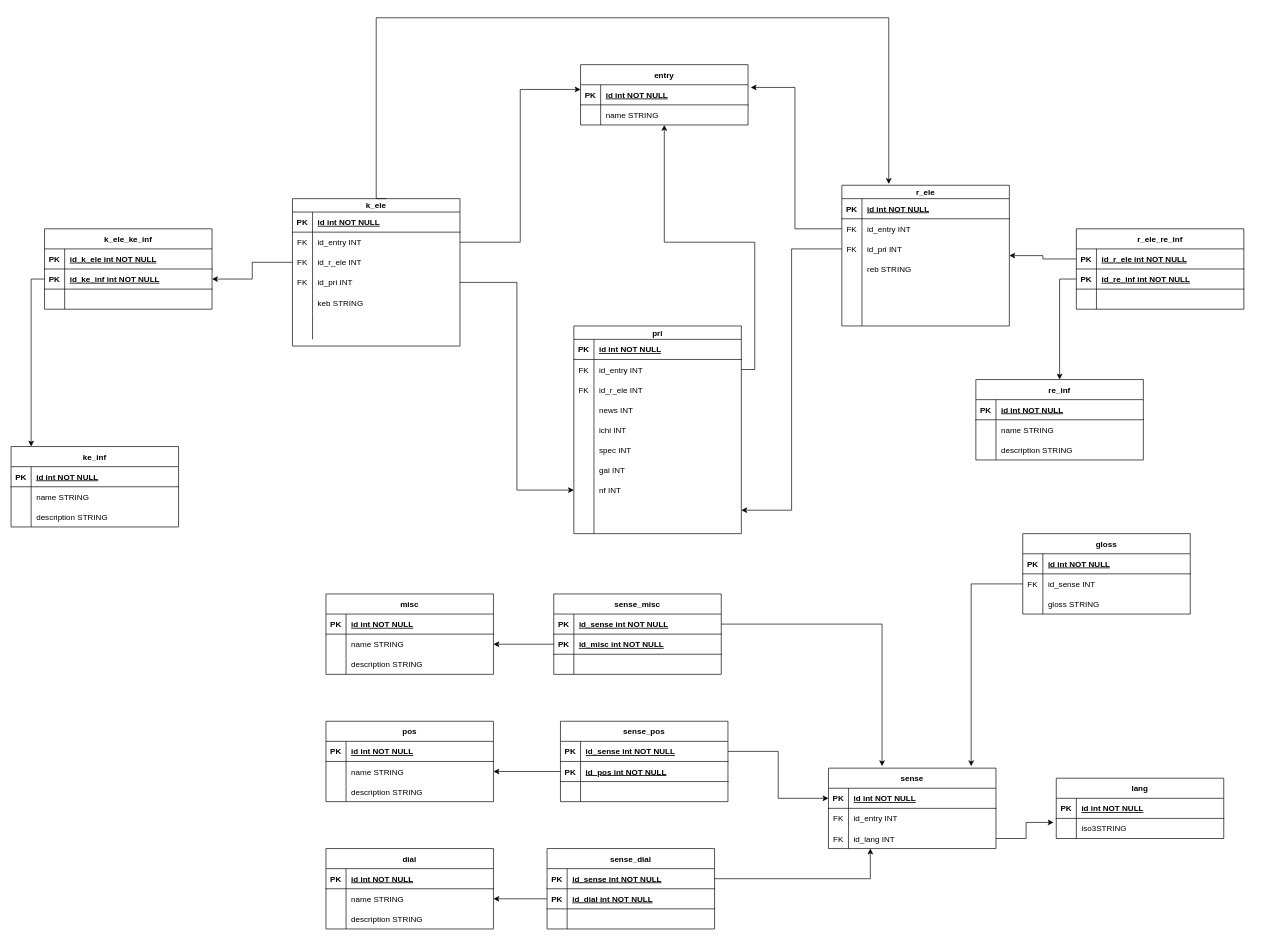
odrevet/edict_database keeps this draw.io diagram as doc/ER_expression.drawio. Above is the earlier version. Source tidied: cells renumbered, new cells numbered last; positions are measured from the earlier drawing's top-left corner, leaving out a move shared by most shapes. Both pictures are drawn from the tidied source at 67%, with x=0, y=0 at pixel (11, 17).
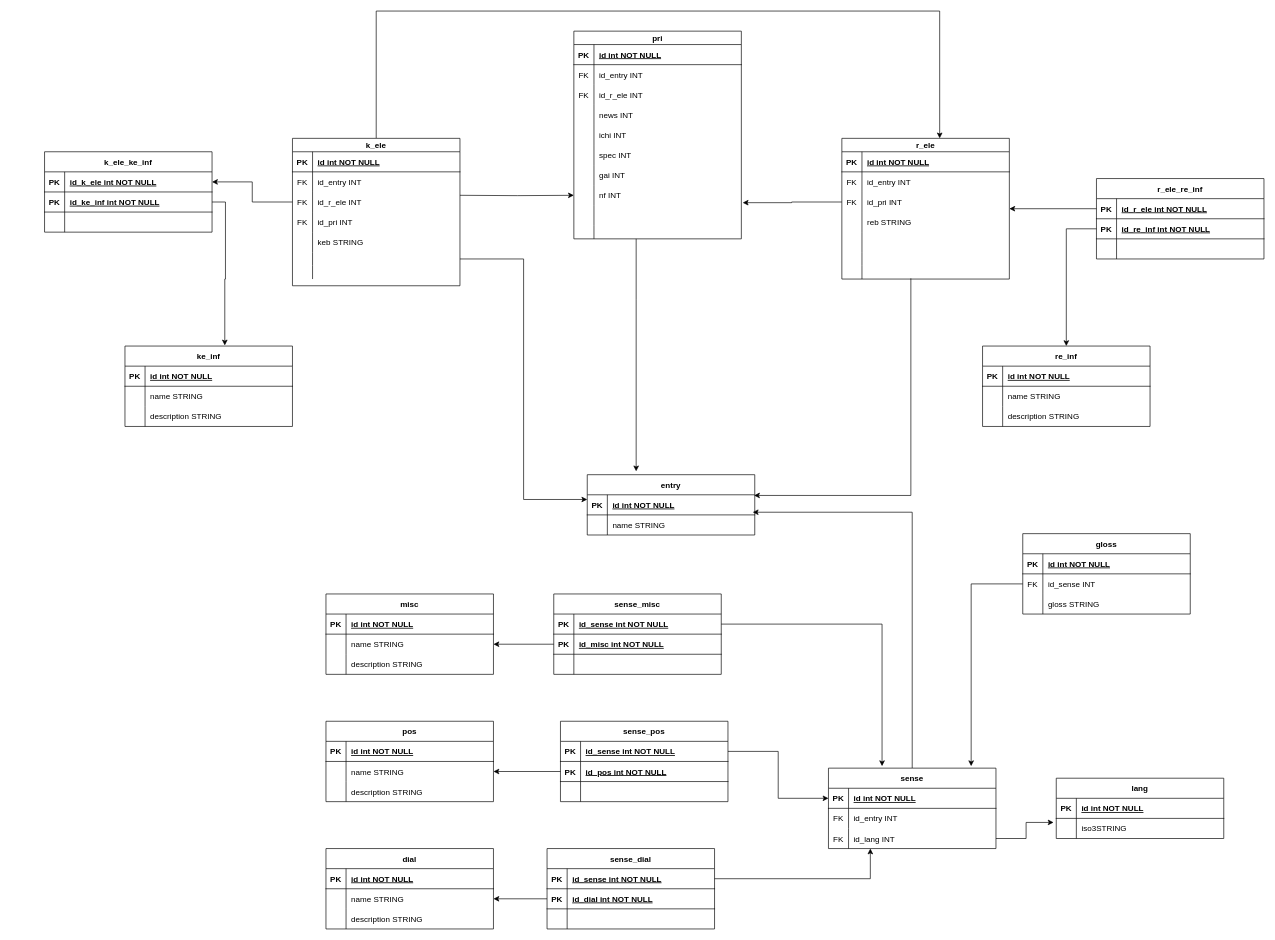
After the change.

The change refers to these unchanged cells:
```xml
<mxCell id="13" style="shape=partialRectangle;fillColor=none;points=[[0,0.5],[1,0.5]];portConstraint=eastwest;top=0;left=0;right=0;bottom=1;" parent="12" vertex="1">
  <mxGeometry y="30" width="250" height="30" as="geometry" />
</mxCell>
<mxCell id="16" style="shape=partialRectangle;fillColor=none;points=[[0,0.5],[1,0.5]];portConstraint=eastwest;top=0;left=0;right=0;bottom=0;" parent="12" vertex="1">
  <mxGeometry y="60" width="250" height="30" as="geometry" />
</mxCell>
<mxCell id="33" style="shape=partialRectangle;fillColor=none;points=[[0,0.5],[1,0.5]];portConstraint=eastwest;top=0;left=0;right=0;bottom=0;" parent="29" vertex="1">
  <mxGeometry y="50" width="250" height="30" as="geometry" />
</mxCell>
<mxCell id="36" style="shape=partialRectangle;fillColor=none;points=[[0,0.5],[1,0.5]];portConstraint=eastwest;top=0;left=0;right=0;bottom=0;" parent="29" vertex="1">
  <mxGeometry y="80" width="250" height="30" as="geometry" />
</mxCell>
<mxCell id="39" style="shape=partialRectangle;fillColor=none;points=[[0,0.5],[1,0.5]];portConstraint=eastwest;top=0;left=0;right=0;bottom=0;" parent="29" vertex="1">
  <mxGeometry y="110" width="250" height="30" as="geometry" />
</mxCell>
<mxCell id="45" style="shape=partialRectangle;fillColor=none;points=[[0,0.5],[1,0.5]];portConstraint=eastwest;top=0;left=0;right=0;bottom=0;" parent="29" vertex="1">
  <mxGeometry y="170" width="250" height="20" as="geometry" />
</mxCell>
<mxCell id="52" style="shape=partialRectangle;fillColor=none;points=[[0,0.5],[1,0.5]];portConstraint=eastwest;top=0;left=0;right=0;bottom=1;" parent="51" vertex="1">
  <mxGeometry y="30" width="250" height="30" as="geometry" />
</mxCell>
<mxCell id="55" style="shape=partialRectangle;fillColor=none;points=[[0,0.5],[1,0.5]];portConstraint=eastwest;top=0;left=0;right=0;bottom=1;" parent="51" vertex="1">
  <mxGeometry y="60" width="250" height="30" as="geometry" />
</mxCell>
<mxCell id="102" style="shape=partialRectangle;fillColor=none;points=[[0,0.5],[1,0.5]];portConstraint=eastwest;top=0;left=0;right=0;bottom=0;" parent="98" vertex="1">
  <mxGeometry y="50" width="250" height="30" as="geometry" />
</mxCell>
<mxCell id="120" style="shape=partialRectangle;fillColor=none;points=[[0,0.5],[1,0.5]];portConstraint=eastwest;top=0;left=0;right=0;bottom=0;" parent="98" vertex="1">
  <mxGeometry y="230" width="250" height="30" as="geometry" />
</mxCell>
<mxCell id="123" style="shape=partialRectangle;fillColor=none;points=[[0,0.5],[1,0.5]];portConstraint=eastwest;top=0;left=0;right=0;bottom=0;" parent="98" vertex="1">
  <mxGeometry y="260" width="250" height="30" as="geometry" />
</mxCell>
<mxCell id="133" style="shape=partialRectangle;fillColor=none;points=[[0,0.5],[1,0.5]];portConstraint=eastwest;top=0;left=0;right=0;bottom=0;" parent="129" vertex="1">
  <mxGeometry y="50" width="250" height="30" as="geometry" />
</mxCell>
<mxCell id="136" style="shape=partialRectangle;fillColor=none;points=[[0,0.5],[1,0.5]];portConstraint=eastwest;top=0;left=0;right=0;bottom=0;" parent="129" vertex="1">
  <mxGeometry y="80" width="250" height="30" as="geometry" />
</mxCell>
<mxCell id="148" style="shape=partialRectangle;fillColor=none;points=[[0,0.5],[1,0.5]];portConstraint=eastwest;top=0;left=0;right=0;bottom=0;" parent="129" vertex="1">
  <mxGeometry y="190" width="250" height="20" as="geometry" />
</mxCell>
<mxCell id="171" value="sense" style="shape=table;startSize=30;childLayout=tableLayout;rowLines=0;fontStyle=1;align=center;" parent="1" vertex="1">
  <mxGeometry x="1220" y="1120" width="250" height="120" as="geometry" />
</mxCell>
```

The edit, as a diff of the source:
```diff
@@
-<mxGraphModel>
+<mxGraphModel background="#FFFFFF">
@@
     <mxCell id="12" value="entry" style="shape=table;startSize=30;childLayout=tableLayout;rowLines=0;fontStyle=1;align=center;" parent="1" vertex="1">
-      <mxGeometry x="850" y="70" width="250" height="90" as="geometry" />
+      <mxGeometry x="860" y="682" width="250" height="90" as="geometry" />
     </mxCell>
@@
+    <mxCell id="229" style="edgeStyle=orthogonalEdgeStyle;rounded=0;jettySize=auto;html=1;entryX=0.584;entryY=0;entryDx=0;entryDy=0;entryPerimeter=0;" parent="1" edge="1" source="29" target="129">
+      <mxGeometry relative="1" as="geometry">
+        <Array as="points">
+          <mxPoint x="545" y="-10" />
+          <mxPoint x="1386" y="-10" />
+        </Array>
+      </mxGeometry>
+    </mxCell>
     <mxCell id="29" value="k_ele" style="shape=table;startSize=20;childLayout=tableLayout;rowLines=0;fontStyle=1;align=center;" parent="1" vertex="1">
-      <mxGeometry x="420" y="270" width="250" height="220" as="geometry" />
+      <mxGeometry x="420" y="180" width="250" height="220" as="geometry" />
     </mxCell>
@@
     <mxCell id="51" value="k_ele_ke_inf" style="shape=table;startSize=30;childLayout=tableLayout;rowLines=0;fontStyle=1;align=center;" parent="1" vertex="1">
-      <mxGeometry x="50" y="315" width="250" height="120" as="geometry" />
+      <mxGeometry x="50" y="200" width="250" height="120" as="geometry" />
     </mxCell>
@@
     <mxCell id="61" value="ke_inf" style="shape=table;startSize=30;childLayout=tableLayout;rowLines=0;fontStyle=1;align=center;" parent="1" vertex="1">
-      <mxGeometry y="640" width="250" height="120" as="geometry" />
+      <mxGeometry x="170" y="490" width="250" height="120" as="geometry" />
     </mxCell>
@@
+    <mxCell id="230" style="edgeStyle=orthogonalEdgeStyle;rounded=0;jettySize=auto;html=1;entryX=0.292;entryY=-0.056;entryDx=0;entryDy=0;entryPerimeter=0;" parent="1" edge="1" source="98" target="12">
+      <mxGeometry relative="1" as="geometry">
+        <Array as="points">
+          <mxPoint x="933" y="420" />
+          <mxPoint x="933" y="420" />
+        </Array>
+      </mxGeometry>
+    </mxCell>
     <mxCell id="98" value="pri" style="shape=table;startSize=20;childLayout=tableLayout;rowLines=0;fontStyle=1;align=center;" parent="1" vertex="1">
-      <mxGeometry x="840" y="460" width="250" height="310" as="geometry" />
+      <mxGeometry x="840" y="20" width="250" height="310" as="geometry" />
     </mxCell>
@@
     <mxCell id="129" value="r_ele" style="shape=table;startSize=20;childLayout=tableLayout;rowLines=0;fontStyle=1;align=center;" parent="1" vertex="1">
-      <mxGeometry x="1240" y="250" width="250" height="210" as="geometry" />
+      <mxGeometry x="1240" y="180" width="250" height="210" as="geometry" />
     </mxCell>
@@
     <mxCell id="151" value="r_ele_re_inf" style="shape=table;startSize=30;childLayout=tableLayout;rowLines=0;fontStyle=1;align=center;" parent="1" vertex="1">
-      <mxGeometry x="1590" y="315" width="250" height="120" as="geometry" />
+      <mxGeometry x="1620" y="240" width="250" height="120" as="geometry" />
     </mxCell>
@@
     <mxCell id="161" value="re_inf" style="shape=table;startSize=30;childLayout=tableLayout;rowLines=0;fontStyle=1;align=center;" parent="1" vertex="1">
-      <mxGeometry x="1440" y="540" width="250" height="120" as="geometry" />
+      <mxGeometry x="1450" y="490" width="250" height="120" as="geometry" />
     </mxCell>
@@
+    <mxCell id="231" style="edgeStyle=orthogonalEdgeStyle;rounded=0;jettySize=auto;html=1;entryX=0.988;entryY=-0.133;entryDx=0;entryDy=0;entryPerimeter=0;" parent="1" edge="1" source="171" target="16">
+      <mxGeometry relative="1" as="geometry" />
+    </mxCell>
@@
-    <mxCell id="218" style="edgeStyle=orthogonalEdgeStyle;rounded=0;jettySize=auto;html=1;entryX=1.016;entryY=0.133;entryDx=0;entryDy=0;entryPerimeter=0;" parent="1" edge="1" source="133" target="13">
+    <mxCell id="218" style="edgeStyle=orthogonalEdgeStyle;rounded=0;jettySize=auto;html=1;entryX=0.996;entryY=0.344;entryDx=0;entryDy=0;entryPerimeter=0;exitX=0.412;exitY=0.95;exitDx=0;exitDy=0;exitPerimeter=0;" parent="1" edge="1" source="148" target="12">
       <mxGeometry relative="1" as="geometry" />
     </mxCell>
-    <mxCell id="219" style="edgeStyle=orthogonalEdgeStyle;rounded=0;jettySize=auto;html=1;entryX=0;entryY=0.233;entryDx=0;entryDy=0;entryPerimeter=0;" parent="1" edge="1" source="33" target="13">
+    <mxCell id="219" style="edgeStyle=orthogonalEdgeStyle;rounded=0;jettySize=auto;html=1;entryX=0;entryY=0.233;entryDx=0;entryDy=0;entryPerimeter=0;exitX=1;exitY=0.5;exitDx=0;exitDy=0;" parent="1" edge="1" source="45" target="13">
       <mxGeometry relative="1" as="geometry" />
     </mxCell>
-    <mxCell id="220" style="edgeStyle=orthogonalEdgeStyle;rounded=0;jettySize=auto;html=1;" parent="1" edge="1" source="102" target="12">
-      <mxGeometry relative="1" as="geometry" />
-    </mxCell>
-    <mxCell id="221" style="edgeStyle=orthogonalEdgeStyle;rounded=0;jettySize=auto;html=1;entryX=1;entryY=0.5;entryDx=0;entryDy=0;" parent="1" edge="1" source="136" target="123">
+    <mxCell id="221" style="edgeStyle=orthogonalEdgeStyle;rounded=0;jettySize=auto;html=1;entryX=1.008;entryY=-0.133;entryDx=0;entryDy=0;entryPerimeter=0;" parent="1" edge="1" source="136" target="123">
       <mxGeometry relative="1" as="geometry" />
     </mxCell>
@@
-    <mxCell id="224" style="edgeStyle=orthogonalEdgeStyle;rounded=0;jettySize=auto;html=1;entryX=0;entryY=0.5;entryDx=0;entryDy=0;" parent="1" edge="1" source="39" target="120">
-      <mxGeometry relative="1" as="geometry" />
+    <mxCell id="224" style="edgeStyle=orthogonalEdgeStyle;rounded=0;jettySize=auto;html=1;entryX=0;entryY=0.5;entryDx=0;entryDy=0;" parent="1" edge="1" target="120">
+      <mxGeometry relative="1" as="geometry">
+        <mxPoint x="670" y="265" as="sourcePoint" />
+      </mxGeometry>
     </mxCell>
-    <mxCell id="225" style="edgeStyle=orthogonalEdgeStyle;rounded=0;jettySize=auto;html=1;exitX=0.56;exitY=0;exitDx=0;exitDy=0;exitPerimeter=0;" parent="1" edge="1" source="29">
-      <mxGeometry relative="1" as="geometry">
-        <mxPoint x="1310" y="248" as="targetPoint" />
-        <Array as="points">
-          <mxPoint x="545" y="270" />
-          <mxPoint x="545" />
-          <mxPoint x="1310" />
-          <mxPoint x="1310" y="248" />
-        </Array>
-      </mxGeometry>
-    </mxCell>
@@
-    <mxCell id="227" style="edgeStyle=orthogonalEdgeStyle;rounded=0;jettySize=auto;html=1;entryX=0.12;entryY=0;entryDx=0;entryDy=0;entryPerimeter=0;" parent="1" edge="1" source="55" target="61">
+    <mxCell id="227" style="edgeStyle=orthogonalEdgeStyle;rounded=0;jettySize=auto;html=1;entryX=0.596;entryY=-0.008;entryDx=0;entryDy=0;entryPerimeter=0;" parent="1" edge="1" source="55" target="61">
       <mxGeometry relative="1" as="geometry" />
     </mxCell>
-    <mxCell id="228" style="edgeStyle=orthogonalEdgeStyle;rounded=0;jettySize=auto;html=1;entryX=1;entryY=0.5;entryDx=0;entryDy=0;" parent="1" edge="1" source="36" target="55">
+    <mxCell id="228" style="edgeStyle=orthogonalEdgeStyle;rounded=0;jettySize=auto;html=1;entryX=1;entryY=0.5;entryDx=0;entryDy=0;" parent="1" edge="1" source="36" target="52">
       <mxGeometry relative="1" as="geometry" />
     </mxCell>
```
